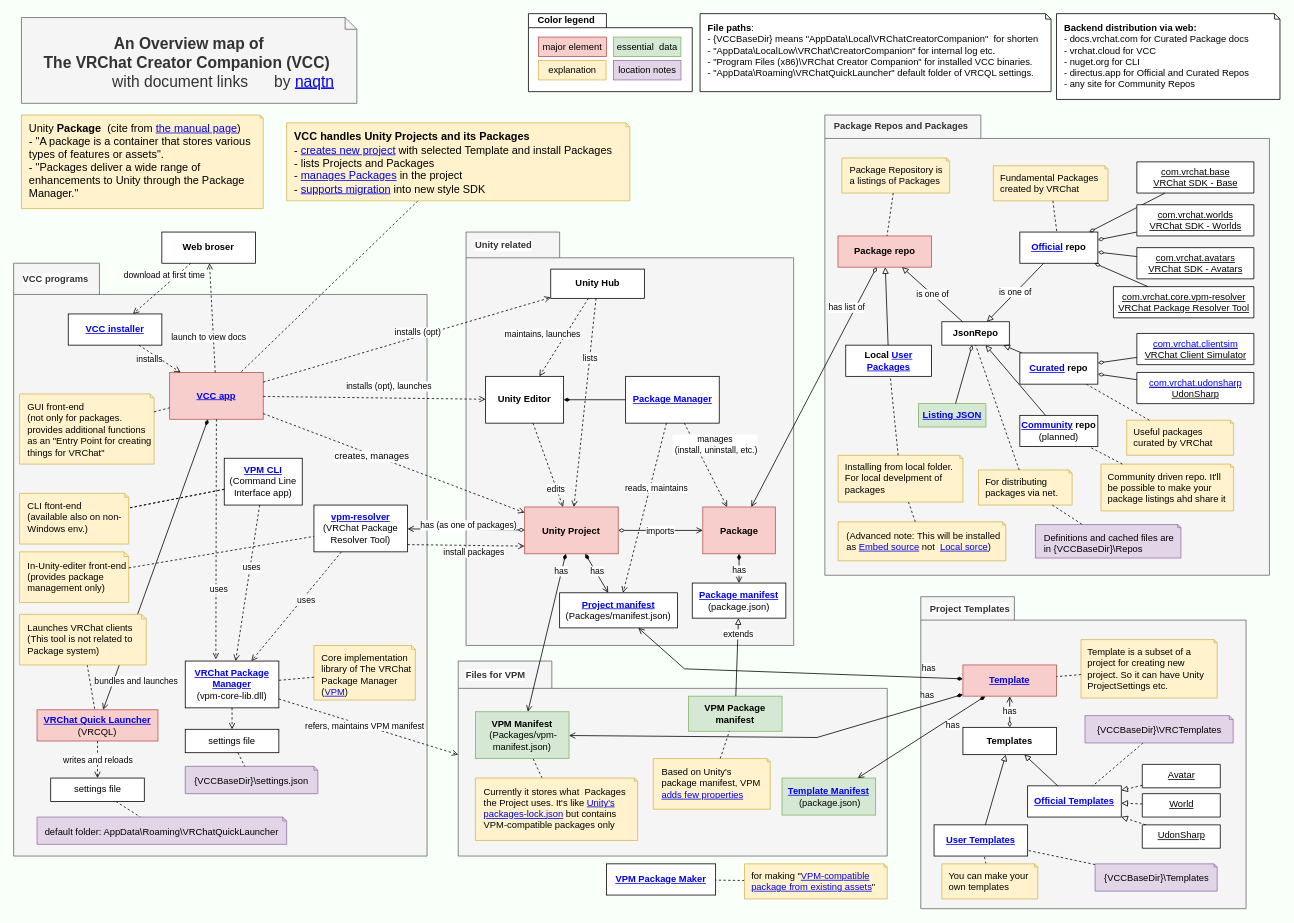
naqtn/vrchat-naqtn-misc keeps this draw.io diagram as page "overview-detailed-en" (1 of 6) of docs/topics/vcc/vcc-map.drawio. Above is the earlier version. Source tidied: cells renumbered, new cells numbered last; positions are measured from the earlier drawing's top-left corner, leaving out a move shared by most shapes. Both pictures are drawn from the tidied source at 78%, with x=0, y=0 at pixel (13, 13).
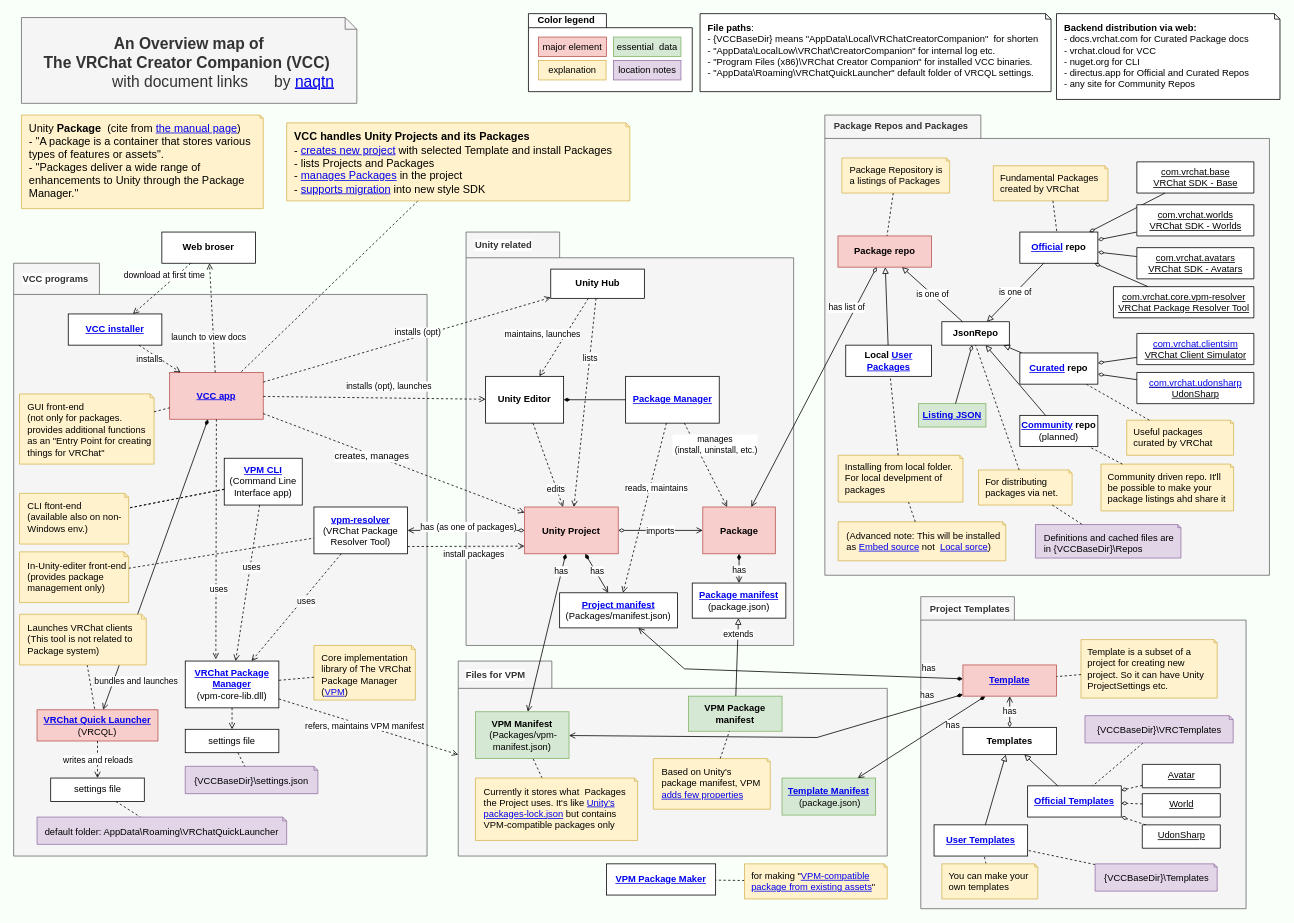
The same page after the edit.

The change refers to these unchanged cells:
```xml
<mxCell id="2" value="Project Templates" style="shape=folder;fontStyle=1;tabWidth=120;tabHeight=30;tabPosition=left;html=1;boundedLbl=1;labelInHeader=1;labelBackgroundColor=#ffffff;fontColor=#333333;align=left;fillColor=#f5f5f5;strokeColor=#666666;spacingLeft=10;" parent="1" vertex="1">
  <mxGeometry x="1163" y="747.5" width="417" height="400" as="geometry" />
</mxCell>
<mxCell id="7" value="&lt;b&gt;&lt;a href=&quot;https://vcc.docs.vrchat.com/vpm/templates#official-templates&quot;&gt;Official Templates&lt;/a&gt;&lt;/b&gt;" style="rounded=0;whiteSpace=wrap;html=1;" parent="2" vertex="1">
  <mxGeometry x="137" y="242.5" width="120" height="40" as="geometry" />
</mxCell>
<mxCell id="9" value="World" style="swimlane;fontStyle=4;align=center;verticalAlign=top;horizontal=1;startSize=60;html=1;" parent="2" vertex="1">
  <mxGeometry x="284" y="252.5" width="100" height="30" as="geometry" />
</mxCell>
<mxCell id="10" value="Avatar" style="swimlane;fontStyle=4;align=center;verticalAlign=top;horizontal=1;startSize=60;html=1;" parent="2" vertex="1">
  <mxGeometry x="284" y="215" width="100" height="30" as="geometry" />
</mxCell>
<mxCell id="11" value="UdonSharp" style="swimlane;fontStyle=4;align=center;verticalAlign=top;horizontal=1;startSize=60;html=1;" parent="2" vertex="1">
  <mxGeometry x="284" y="292.5" width="100" height="30" as="geometry" />
</mxCell>
<mxCell id="71" value="VCC programs" style="shape=folder;fontStyle=1;tabWidth=110;tabHeight=40;tabPosition=left;html=1;boundedLbl=1;labelInHeader=1;labelBackgroundColor=#ffffff;fontColor=#333333;align=left;fillColor=#f5f5f5;strokeColor=#666666;spacingLeft=10;" parent="1" vertex="1">
  <mxGeometry y="320" width="530" height="760" as="geometry" />
</mxCell>
```

What changed in the source:
```diff
@@
-    <mxCell id="12" style="rounded=0;jettySize=auto;html=1;endArrow=block;endFill=0;dashed=1;" parent="2" edge="1" source="10" target="7">
+    <mxCell id="12" style="rounded=0;jettySize=auto;html=1;endArrow=diamondThin;endFill=0;dashed=1;" parent="2" edge="1" source="10" target="7">
       <mxGeometry relative="1" as="geometry" />
     </mxCell>
-    <mxCell id="13" style="rounded=0;jettySize=auto;html=1;endArrow=block;endFill=0;dashed=1;" parent="2" edge="1" source="9" target="7">
+    <mxCell id="13" style="rounded=0;jettySize=auto;html=1;endArrow=diamondThin;endFill=0;dashed=1;" parent="2" edge="1" source="9" target="7">
       <mxGeometry relative="1" as="geometry" />
     </mxCell>
-    <mxCell id="14" style="rounded=0;jettySize=auto;html=1;endArrow=block;endFill=0;dashed=1;" parent="2" edge="1" source="11" target="7">
+    <mxCell id="14" style="rounded=0;jettySize=auto;html=1;endArrow=diamondThin;endFill=0;dashed=1;" parent="2" edge="1" source="11" target="7">
       <mxGeometry relative="1" as="geometry" />
     </mxCell>
@@
     <mxCell id="85" value="&lt;b&gt;&lt;a href=&quot;https://vcc.docs.vrchat.com/vpm/resolver&quot;&gt;vpm-resolver&lt;/a&gt;&lt;/b&gt;&lt;br&gt;(VRChat Package Resolver Tool)" style="rounded=0;whiteSpace=wrap;html=1;" parent="71" vertex="1">
-      <mxGeometry x="385" y="310" width="120" height="60" as="geometry" />
+      <mxGeometry x="385" y="312.5" width="120" height="60" as="geometry" />
     </mxCell>
```
